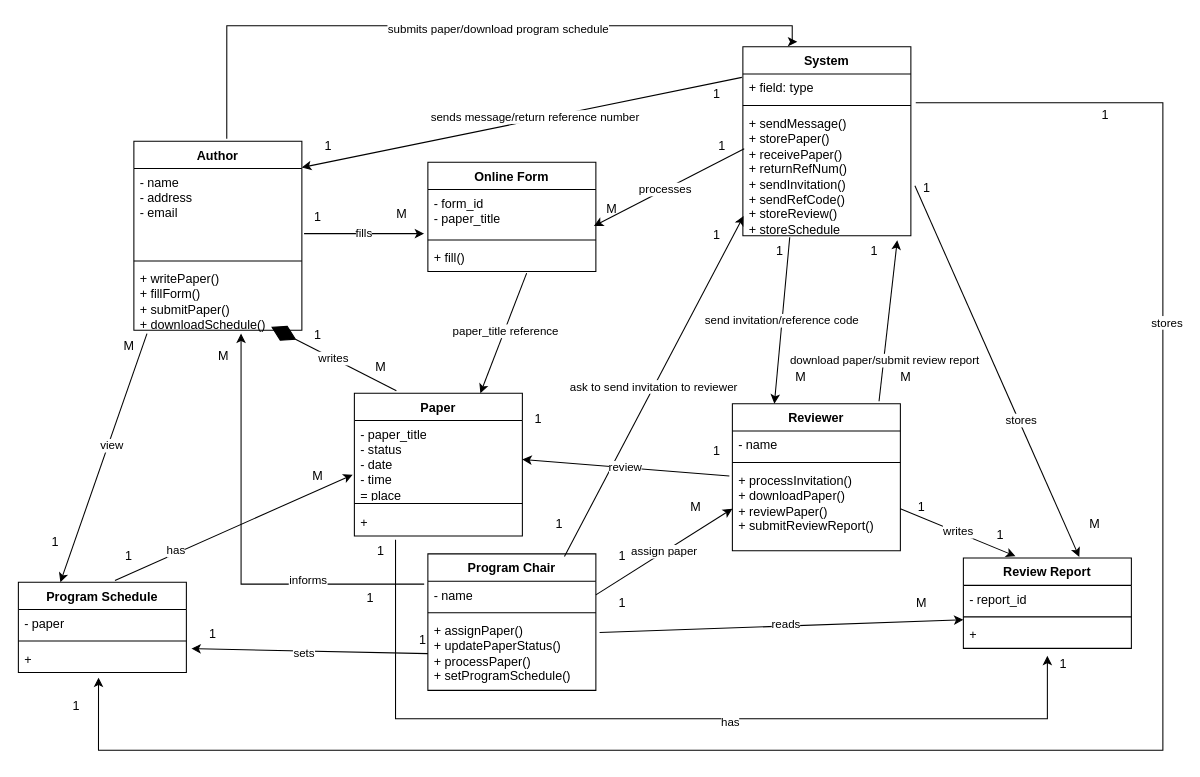
justn0thinghere/drawio keeps this draw.io diagram as tuto3q4.drawio. Above is the earlier version. Source tidied: cells renumbered, new cells numbered last; positions are measured from the earlier drawing's top-left corner, leaving out a move shared by most shapes. Both pictures are drawn from the tidied source at 105%, with x=0, y=0 at pixel (18, 25).
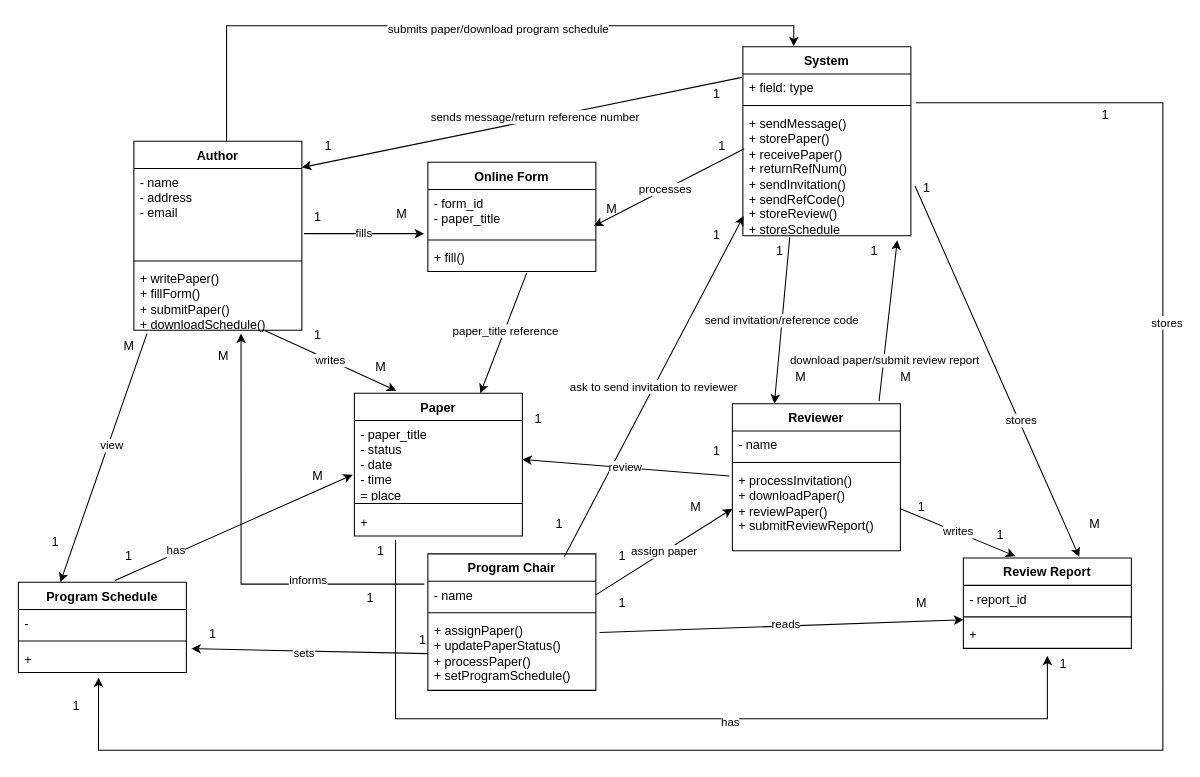
Above is the later version.

Unchanged cells that the change refers to:
```xml
<mxCell id="2" value="Author" style="swimlane;fontStyle=1;align=center;verticalAlign=top;horizontal=1;startSize=26;whiteSpace=wrap;html=1;" parent="1" vertex="1">
  <mxGeometry x="110" y="110" width="160" height="180" as="geometry" />
</mxCell>
<mxCell id="5" value="+ writePaper()&lt;div&gt;+ fillForm()&lt;/div&gt;&lt;div&gt;+ submitPaper()&lt;/div&gt;&lt;div&gt;+ downloadSchedule()&lt;/div&gt;" style="text;strokeColor=none;fillColor=none;align=left;verticalAlign=top;spacingLeft=4;spacingRight=4;overflow=hidden;points=[[0,0.5],[1,0.5]];portConstraint=eastwest;whiteSpace=wrap;html=1;" parent="2" vertex="1">
  <mxGeometry y="118" width="160" height="62" as="geometry" />
</mxCell>
<mxCell id="6" value="System" style="swimlane;fontStyle=1;align=center;verticalAlign=top;horizontal=1;startSize=26;whiteSpace=wrap;html=1;" parent="1" vertex="1">
  <mxGeometry x="690" y="20" width="160" height="180" as="geometry" />
</mxCell>
<mxCell id="22" value="Program Schedule" style="swimlane;fontStyle=1;align=center;verticalAlign=top;horizontal=1;startSize=26;whiteSpace=wrap;html=1;" parent="1" vertex="1">
  <mxGeometry y="530" width="160" height="86" as="geometry" />
</mxCell>
```

The edit, as a diff of the source:
```diff
@@
-    <mxCell id="23" value="- paper" style="text;strokeColor=none;fillColor=none;align=left;verticalAlign=top;spacingLeft=4;spacingRight=4;overflow=hidden;whiteSpace=wrap;html=1;" parent="22" vertex="1">
+    <mxCell id="23" value="-" style="text;strokeColor=none;fillColor=none;align=left;verticalAlign=top;spacingLeft=4;spacingRight=4;overflow=hidden;whiteSpace=wrap;html=1;" parent="22" vertex="1">
       <mxGeometry y="26" width="160" height="26" as="geometry" />
     </mxCell>
@@
-    <mxCell id="30" value="writes" style="endArrow=diamondThin;endFill=1;endSize=24;html=1;rounded=0;exitX=0.195;exitY=-0.028;exitDx=0;exitDy=0;exitPerimeter=0;entryX=0.817;entryY=0.948;entryDx=0;entryDy=0;entryPerimeter=0;" parent="1" edge="1" target="5">
+    <mxCell id="30" value="writes" style="endArrow=none;endFill=0;endSize=24;html=1;rounded=0;exitX=0.195;exitY=-0.028;exitDx=0;exitDy=0;exitPerimeter=0;startArrow=classic;startFill=1;entryX=0.782;entryY=1.009;entryDx=0;entryDy=0;entryPerimeter=0;" parent="1" edge="1" target="5">
       <mxGeometry relative="1" as="geometry">
         <mxPoint x="360" y="347.6" as="sourcePoint" />
       </mxGeometry>
     </mxCell>
@@
-    <mxCell id="46" style="endArrow=classic;html=1;rounded=0;edgeStyle=orthogonalEdgeStyle;exitX=0.553;exitY=-0.013;exitDx=0;exitDy=0;exitPerimeter=0;entryX=0.324;entryY=-0.026;entryDx=0;entryDy=0;entryPerimeter=0;endFill=1;" parent="1" edge="1" source="2" target="6">
+    <mxCell id="46" style="endArrow=classic;html=1;rounded=0;edgeStyle=orthogonalEdgeStyle;exitX=0.553;exitY=-0.013;exitDx=0;exitDy=0;exitPerimeter=0;entryX=0.303;entryY=-0.002;entryDx=0;entryDy=0;entryPerimeter=0;endFill=1;" parent="1" edge="1" target="6">
       <mxGeometry relative="1" as="geometry">
+        <mxPoint x="198.3" y="110" as="sourcePoint" />
         <Array as="points">
-          <mxPoint x="199" />
-          <mxPoint x="737" />
+          <mxPoint x="198" />
+          <mxPoint x="739" />
         </Array>
       </mxGeometry>
     </mxCell>
```
